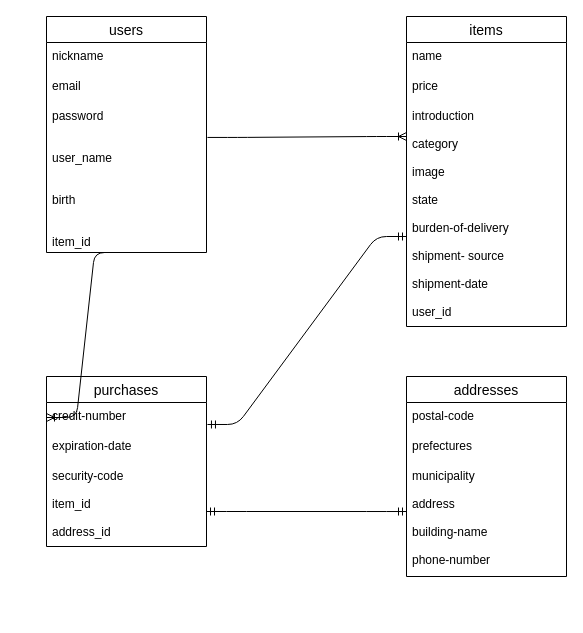
Before: furima.dio in YUTAKA-KOMATSU/furima-32137, a draw.io diagram. Source tidied: cells renumbered, new cells numbered last; positions are measured from the earlier drawing's top-left corner, leaving out a move shared by most shapes. Both pictures are drawn from the tidied source at 100%, with x=0, y=0 at pixel (46, 16).
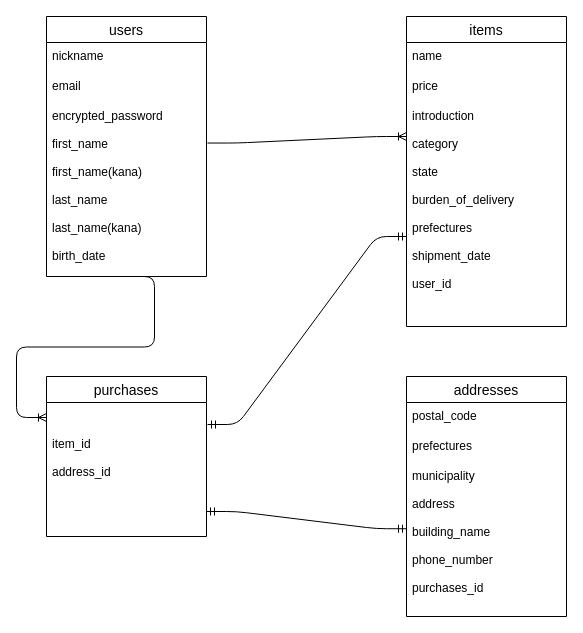
The same diagram, later.

Commit message (it also covers changes not shown here):
データベース設計　指摘箇所修正3

Unchanged cells that the change refers to:
```xml
<mxCell id="14" value="items" style="swimlane;fontStyle=0;horizontal=1;startSize=26;align=center;fontSize=14;" parent="1" vertex="1">
  <mxGeometry x="360" width="160" height="310" as="geometry" />
</mxCell>
```

What changed in the source:
```diff
@@
     <mxCell id="2" value="purchases" style="swimlane;fontStyle=0;horizontal=1;startSize=26;align=center;fontSize=14;" parent="1" vertex="1">
-      <mxGeometry y="360" width="160" height="170" as="geometry" />
+      <mxGeometry y="360" width="160" height="160" as="geometry" />
     </mxCell>
-    <mxCell id="3" value="credit-number" style="text;strokeColor=none;fillColor=none;spacingLeft=4;spacingRight=4;overflow=hidden;points=[[0,0.5],[1,0.5]];portConstraint=eastwest;fontSize=12;" parent="2" vertex="1">
-      <mxGeometry y="26" width="160" height="30" as="geometry" />
-    </mxCell>
-    <mxCell id="4" value="expiration-date" style="text;strokeColor=none;fillColor=none;spacingLeft=4;spacingRight=4;overflow=hidden;fontSize=12;" parent="2" vertex="1">
-      <mxGeometry y="56" width="160" height="30" as="geometry" />
-    </mxCell>
-    <mxCell id="5" value="security-code&#10;&#10;item_id&#10;&#10;address_id" style="text;strokeColor=none;fillColor=none;spacingLeft=4;spacingRight=4;overflow=hidden;fontSize=12;" parent="2" vertex="1">
-      <mxGeometry y="86" width="160" height="84" as="geometry" />
+    <mxCell id="5" value="&#10;&#10;item_id&#10;&#10;address_id" style="text;strokeColor=none;fillColor=none;spacingLeft=4;spacingRight=4;overflow=hidden;fontSize=12;" parent="2" vertex="1">
+      <mxGeometry y="26" width="160" height="134" as="geometry" />
     </mxCell>
     <mxCell id="6" value="addresses" style="swimlane;fontStyle=0;horizontal=1;startSize=26;align=center;fontSize=14;" parent="1" vertex="1">
-      <mxGeometry x="360" y="360" width="160" height="200" as="geometry" />
+      <mxGeometry x="360" y="360" width="160" height="240" as="geometry" />
     </mxCell>
-    <mxCell id="7" value="postal-code" style="text;strokeColor=none;fillColor=none;spacingLeft=4;spacingRight=4;overflow=hidden;fontSize=12;" parent="6" vertex="1">
+    <mxCell id="7" value="postal_code" style="text;strokeColor=none;fillColor=none;spacingLeft=4;spacingRight=4;overflow=hidden;fontSize=12;" parent="6" vertex="1">
       <mxGeometry y="26" width="160" height="30" as="geometry" />
     </mxCell>
@@
-    <mxCell id="9" value="municipality&#10;&#10;address&#10;&#10;building-name&#10;&#10;phone-number" style="text;strokeColor=none;fillColor=none;spacingLeft=4;spacingRight=4;overflow=hidden;points=[[0,0.5],[1,0.5]];portConstraint=eastwest;fontSize=12;" parent="6" vertex="1">
-      <mxGeometry y="86" width="160" height="114" as="geometry" />
+    <mxCell id="9" value="municipality&#10;&#10;address&#10;&#10;building_name&#10;&#10;phone_number&#10;&#10;purchases_id" style="text;strokeColor=none;fillColor=none;spacingLeft=4;spacingRight=4;overflow=hidden;points=[[0,0.5],[1,0.5]];portConstraint=eastwest;fontSize=12;" parent="6" vertex="1">
+      <mxGeometry y="86" width="160" height="154" as="geometry" />
     </mxCell>
     <mxCell id="10" value="users" style="swimlane;fontStyle=0;horizontal=1;startSize=26;align=center;fontSize=14;" parent="1" vertex="1">
-      <mxGeometry width="160" height="236" as="geometry" />
+      <mxGeometry width="160" height="260" as="geometry" />
     </mxCell>
@@
-    <mxCell id="13" value="password&#10;&#10;&#10;user_name&#10;&#10;&#10;birth&#10;&#10;&#10;item_id&#10;" style="text;strokeColor=none;fillColor=none;spacingLeft=4;spacingRight=4;overflow=hidden;points=[[0,0.5],[1,0.5]];portConstraint=eastwest;fontSize=12;" parent="10" vertex="1">
-      <mxGeometry y="86" width="160" height="150" as="geometry" />
+    <mxCell id="13" value="encrypted_password&#10;&#10;first_name&#10;&#10;first_name(kana)&#10;&#10;last_name&#10;&#10;last_name(kana)&#10;&#10;birth_date&#10;" style="text;strokeColor=none;fillColor=none;spacingLeft=4;spacingRight=4;overflow=hidden;points=[[0,0.5],[1,0.5]];portConstraint=eastwest;fontSize=12;" parent="10" vertex="1">
+      <mxGeometry y="86" width="160" height="174" as="geometry" />
     </mxCell>
@@
-    <mxCell id="17" value="introduction&#10;&#10;category&#10;&#10;image&#10;&#10;state&#10;&#10;burden-of-delivery&#10;&#10;shipment- source&#10;&#10;shipment-date&#10;&#10;user_id" style="text;strokeColor=none;fillColor=none;spacingLeft=4;spacingRight=4;overflow=hidden;fontSize=12;" parent="14" vertex="1">
+    <mxCell id="17" value="introduction&#10;&#10;category&#10;&#10;state&#10;&#10;burden_of_delivery&#10;&#10;prefectures&#10;&#10;shipment_date&#10;&#10;user_id" style="text;strokeColor=none;fillColor=none;spacingLeft=4;spacingRight=4;overflow=hidden;fontSize=12;" parent="14" vertex="1">
       <mxGeometry y="86" width="160" height="224" as="geometry" />
     </mxCell>
-    <mxCell id="18" style="edgeStyle=entityRelationEdgeStyle;fontSize=12;html=1;endArrow=ERmandOne;startArrow=ERmandOne;exitX=1.006;exitY=0.733;exitDx=0;exitDy=0;exitPerimeter=0;" parent="14" edge="1" source="3">
+    <mxCell id="18" style="edgeStyle=entityRelationEdgeStyle;fontSize=12;html=1;endArrow=ERmandOne;startArrow=ERmandOne;exitX=1.006;exitY=0.733;exitDx=0;exitDy=0;exitPerimeter=0;" parent="14" edge="1">
       <mxGeometry relative="1" as="geometry">
+        <mxPoint x="-199" y="408" as="sourcePoint" />
         <mxPoint y="220" as="targetPoint" />
       </mxGeometry>
     </mxCell>
@@
-    <mxCell id="21" style="edgeStyle=entityRelationEdgeStyle;fontSize=12;html=1;endArrow=ERoneToMany;exitX=0.488;exitY=1;exitDx=0;exitDy=0;exitPerimeter=0;entryX=0;entryY=0.5;entryDx=0;entryDy=0;" parent="1" edge="1" source="13" target="3">
-      <mxGeometry relative="1" as="geometry" />
+    <mxCell id="21" style="edgeStyle=entityRelationEdgeStyle;fontSize=12;html=1;endArrow=ERoneToMany;entryX=0;entryY=0.5;entryDx=0;entryDy=0;" parent="1" edge="1">
+      <mxGeometry relative="1" as="geometry">
+        <mxPoint x="78" y="260" as="sourcePoint" />
+        <mxPoint y="401" as="targetPoint" />
+      </mxGeometry>
     </mxCell>
```
